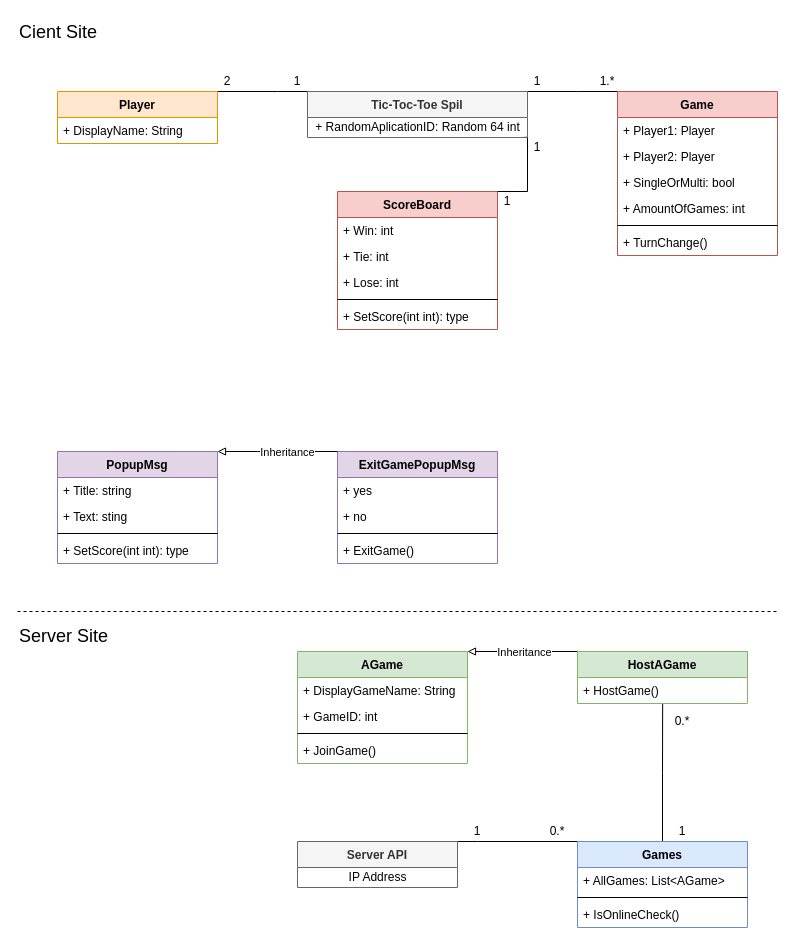
Earlier version of the draw.io diagram Documentation/Diagrams/Class Diagram/Tic-Tac-Toe - Class Diagram.drawio (Moonshine42tech/Tic-Tac-Toe). Source tidied: cells renumbered, new cells numbered last; positions are measured from the earlier drawing's top-left corner, leaving out a move shared by most shapes. Both pictures are drawn from the tidied source at 100%, with x=0, y=0 at pixel (17, 17).
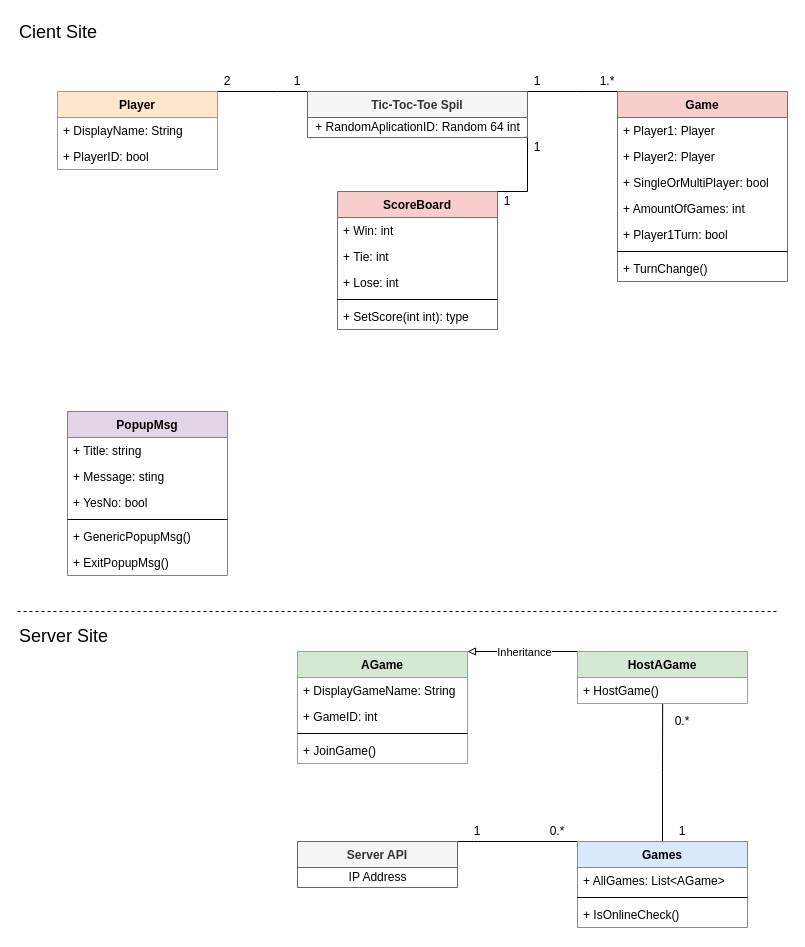
After the change.

What changed in the source:
```diff
@@
     <mxCell id="16" value="Player" style="swimlane;fontStyle=1;align=center;verticalAlign=top;horizontal=1;startSize=26;fillColor=#ffe6cc;strokeColor=#d79b00;" parent="1" vertex="1">
-      <mxGeometry x="40" y="74" width="160" height="52" as="geometry" />
+      <mxGeometry x="40" y="74" width="160" height="78" as="geometry" />
     </mxCell>
@@
+    <mxCell id="65" value="+ PlayerID: bool" style="text;strokeColor=none;fillColor=none;align=left;verticalAlign=top;spacingLeft=4;spacingRight=4;overflow=hidden;" parent="16" vertex="1">
+      <mxGeometry y="52" width="160" height="26" as="geometry" />
+    </mxCell>
@@
     <mxCell id="24" value="Game" style="swimlane;fontStyle=1;align=center;verticalAlign=top;horizontal=1;startSize=26;fillColor=#f8cecc;strokeColor=#b85450;" parent="1" vertex="1">
-      <mxGeometry x="600" y="74" width="160" height="164" as="geometry" />
+      <mxGeometry x="600" y="74" width="170" height="190" as="geometry" />
     </mxCell>
     <mxCell id="25" value="+ Player1: Player" style="text;strokeColor=none;fillColor=none;align=left;verticalAlign=top;spacingLeft=4;spacingRight=4;overflow=hidden;" parent="24" vertex="1">
-      <mxGeometry y="26" width="160" height="26" as="geometry" />
+      <mxGeometry y="26" width="170" height="26" as="geometry" />
     </mxCell>
     <mxCell id="26" value="+ Player2: Player" style="text;strokeColor=none;fillColor=none;align=left;verticalAlign=top;spacingLeft=4;spacingRight=4;overflow=hidden;" parent="24" vertex="1">
-      <mxGeometry y="52" width="160" height="26" as="geometry" />
+      <mxGeometry y="52" width="170" height="26" as="geometry" />
     </mxCell>
-    <mxCell id="27" value="+ SingleOrMulti: bool" style="text;strokeColor=none;fillColor=none;align=left;verticalAlign=top;spacingLeft=4;spacingRight=4;overflow=hidden;" parent="24" vertex="1">
-      <mxGeometry y="78" width="160" height="26" as="geometry" />
+    <mxCell id="27" value="+ SingleOrMultiPlayer: bool" style="text;strokeColor=none;fillColor=none;align=left;verticalAlign=top;spacingLeft=4;spacingRight=4;overflow=hidden;" parent="24" vertex="1">
+      <mxGeometry y="78" width="170" height="26" as="geometry" />
     </mxCell>
     <mxCell id="28" value="+ AmountOfGames: int" style="text;strokeColor=none;fillColor=none;align=left;verticalAlign=top;spacingLeft=4;spacingRight=4;overflow=hidden;" parent="24" vertex="1">
-      <mxGeometry y="104" width="160" height="26" as="geometry" />
+      <mxGeometry y="104" width="170" height="26" as="geometry" />
     </mxCell>
+    <mxCell id="66" value="+ Player1Turn: bool" style="text;strokeColor=none;fillColor=none;align=left;verticalAlign=top;spacingLeft=4;spacingRight=4;overflow=hidden;" parent="24" vertex="1">
+      <mxGeometry y="130" width="170" height="26" as="geometry" />
+    </mxCell>
     <mxCell id="29" style="line;strokeWidth=1;fillColor=none;align=left;verticalAlign=middle;spacingTop=-1;spacingLeft=3;spacingRight=3;labelPosition=right;" parent="24" vertex="1">
-      <mxGeometry y="130" width="160" height="8" as="geometry" />
+      <mxGeometry y="156" width="170" height="8" as="geometry" />
     </mxCell>
     <mxCell id="30" value="+ TurnChange()" style="text;strokeColor=none;fillColor=none;align=left;verticalAlign=top;spacingLeft=4;spacingRight=4;overflow=hidden;" parent="24" vertex="1">
-      <mxGeometry y="138" width="160" height="26" as="geometry" />
+      <mxGeometry y="164" width="170" height="26" as="geometry" />
     </mxCell>
@@
-    <mxCell id="33" value="ExitGamePopupMsg" style="swimlane;fontStyle=1;align=center;verticalAlign=top;horizontal=1;startSize=26;fillColor=#e1d5e7;strokeColor=#9673a6;" parent="1" vertex="1">
-      <mxGeometry x="320" y="434" width="160" height="112" as="geometry" />
-    </mxCell>
-    <mxCell id="34" value="+ yes" style="text;strokeColor=none;fillColor=none;align=left;verticalAlign=top;spacingLeft=4;spacingRight=4;overflow=hidden;" parent="33" vertex="1">
-      <mxGeometry y="26" width="160" height="26" as="geometry" />
-    </mxCell>
-    <mxCell id="35" value="+ no" style="text;strokeColor=none;fillColor=none;align=left;verticalAlign=top;spacingLeft=4;spacingRight=4;overflow=hidden;" parent="33" vertex="1">
-      <mxGeometry y="52" width="160" height="26" as="geometry" />
-    </mxCell>
-    <mxCell id="36" style="line;strokeWidth=1;fillColor=none;align=left;verticalAlign=middle;spacingTop=-1;spacingLeft=3;spacingRight=3;labelPosition=right;" parent="33" vertex="1">
-      <mxGeometry y="78" width="160" height="8" as="geometry" />
-    </mxCell>
-    <mxCell id="37" value="+ ExitGame()" style="text;strokeColor=none;fillColor=none;align=left;verticalAlign=top;spacingLeft=4;spacingRight=4;overflow=hidden;" parent="33" vertex="1">
-      <mxGeometry y="86" width="160" height="26" as="geometry" />
-    </mxCell>
-    <mxCell id="38" style="edgeStyle=orthogonalEdgeStyle;rounded=0;jettySize=auto;html=1;exitX=1;exitY=0;exitDx=0;exitDy=0;entryX=0;entryY=0;entryDx=0;entryDy=0;startArrow=block;startFill=0;endArrow=none;endFill=0;" parent="1" edge="1" source="40" target="33">
-      <mxGeometry relative="1" as="geometry">
-        <Array as="points">
-          <mxPoint x="240" y="434" />
-          <mxPoint x="240" y="434" />
-        </Array>
-      </mxGeometry>
-    </mxCell>
-    <mxCell id="39" value="Inheritance" style="edgeLabel;html=1;align=center;verticalAlign=middle;" parent="38" vertex="1">
-      <mxGeometry x="0.15" relative="1" as="geometry" />
-    </mxCell>
-    <mxCell id="40" value="PopupMsg" style="swimlane;fontStyle=1;align=center;verticalAlign=top;horizontal=1;startSize=26;fillColor=#e1d5e7;strokeColor=#9673a6;" parent="1" vertex="1">
-      <mxGeometry x="40" y="434" width="160" height="112" as="geometry" />
-    </mxCell>
-    <mxCell id="41" value="+ Title: string" style="text;strokeColor=none;fillColor=none;align=left;verticalAlign=top;spacingLeft=4;spacingRight=4;overflow=hidden;" parent="40" vertex="1">
-      <mxGeometry y="26" width="160" height="26" as="geometry" />
-    </mxCell>
-    <mxCell id="42" value="+ Text: sting" style="text;strokeColor=none;fillColor=none;align=left;verticalAlign=top;spacingLeft=4;spacingRight=4;overflow=hidden;" parent="40" vertex="1">
-      <mxGeometry y="52" width="160" height="26" as="geometry" />
-    </mxCell>
-    <mxCell id="43" style="line;strokeWidth=1;fillColor=none;align=left;verticalAlign=middle;spacingTop=-1;spacingLeft=3;spacingRight=3;labelPosition=right;" parent="40" vertex="1">
-      <mxGeometry y="78" width="160" height="8" as="geometry" />
-    </mxCell>
-    <mxCell id="44" value="+ SetScore(int int): type" style="text;strokeColor=none;fillColor=none;align=left;verticalAlign=top;spacingLeft=4;spacingRight=4;overflow=hidden;" parent="40" vertex="1">
-      <mxGeometry y="86" width="160" height="26" as="geometry" />
-    </mxCell>
@@
+    <mxCell id="40" value="PopupMsg" style="swimlane;fontStyle=1;align=center;verticalAlign=top;horizontal=1;startSize=26;fillColor=#e1d5e7;strokeColor=#9673a6;" parent="1" vertex="1">
+      <mxGeometry x="50" y="394" width="160" height="164" as="geometry" />
+    </mxCell>
+    <mxCell id="41" value="+ Title: string" style="text;strokeColor=none;fillColor=none;align=left;verticalAlign=top;spacingLeft=4;spacingRight=4;overflow=hidden;" parent="40" vertex="1">
+      <mxGeometry y="26" width="160" height="26" as="geometry" />
+    </mxCell>
+    <mxCell id="42" value="+ Message: sting" style="text;strokeColor=none;fillColor=none;align=left;verticalAlign=top;spacingLeft=4;spacingRight=4;overflow=hidden;" parent="40" vertex="1">
+      <mxGeometry y="52" width="160" height="26" as="geometry" />
+    </mxCell>
+    <mxCell id="67" value="+ YesNo: bool" style="text;strokeColor=none;fillColor=none;align=left;verticalAlign=top;spacingLeft=4;spacingRight=4;overflow=hidden;" parent="40" vertex="1">
+      <mxGeometry y="78" width="160" height="26" as="geometry" />
+    </mxCell>
+    <mxCell id="43" style="line;strokeWidth=1;fillColor=none;align=left;verticalAlign=middle;spacingTop=-1;spacingLeft=3;spacingRight=3;labelPosition=right;" parent="40" vertex="1">
+      <mxGeometry y="104" width="160" height="8" as="geometry" />
+    </mxCell>
+    <mxCell id="44" value="+ GenericPopupMsg()" style="text;strokeColor=none;fillColor=none;align=left;verticalAlign=top;spacingLeft=4;spacingRight=4;overflow=hidden;" parent="40" vertex="1">
+      <mxGeometry y="112" width="160" height="26" as="geometry" />
+    </mxCell>
+    <mxCell id="68" value="+ ExitPopupMsg()" style="text;strokeColor=none;fillColor=none;align=left;verticalAlign=top;spacingLeft=4;spacingRight=4;overflow=hidden;" parent="40" vertex="1">
+      <mxGeometry y="138" width="160" height="26" as="geometry" />
+    </mxCell>
```
